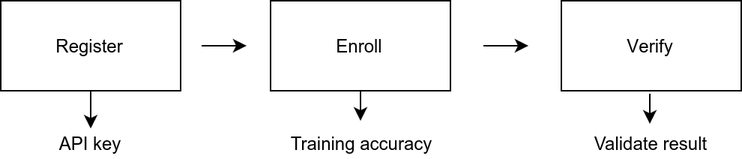
thavryl/BiolockDemo keeps this draw.io diagram as IMG/WorkFlow.png. Above is the earlier version. Source tidied: cells renumbered, new cells last; positions are measured from the earlier drawing's top-left corner, leaving out a move shared by most shapes.
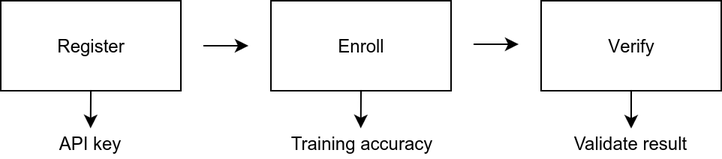
The same file after the commit.

Diff of the diagram source:
```diff
@@ -10,17 +10,16 @@
     </mxCell>
     <mxCell id="4" style="endArrow=classic;html=1;" parent="1" edge="1">
       <mxGeometry relative="1" as="geometry">
-        <mxPoint x="134" y="30" as="sourcePoint" />
-        <mxPoint x="164" y="30" as="targetPoint" />
+        <mxPoint x="135" y="30" as="sourcePoint" />
+        <mxPoint x="165" y="30" as="targetPoint" />
       </mxGeometry>
     </mxCell>
     <mxCell id="5" value="V&lt;span&gt;erify&lt;/span&gt;" style="whiteSpace=wrap;html=1;" parent="1" vertex="1">
-      <mxGeometry x="374" width="120" height="60" as="geometry" />
+      <mxGeometry x="360" width="120" height="60" as="geometry" />
     </mxCell>
-    <mxCell id="6" style="endArrow=classic;html=1;" parent="1" edge="1">
+    <mxCell id="6" style="endArrow=classic;html=1;entryX=0.5;entryY=0;" parent="1" edge="1" target="7">
       <mxGeometry relative="1" as="geometry">
         <mxPoint x="240" y="60" as="sourcePoint" />
-        <mxPoint x="240" y="80" as="targetPoint" />
       </mxGeometry>
     </mxCell>
     <mxCell id="7" value="Training accuracy" style="text;html=1;strokeColor=none;fillColor=none;align=center;verticalAlign=middle;whiteSpace=wrap;" parent="1" vertex="1">
@@ -35,19 +34,19 @@
       <mxGeometry x="35" y="85" width="50" height="20" as="geometry" />
     </mxCell>
     <mxCell id="10" value="Validate result" style="text;html=1;strokeColor=none;fillColor=none;align=center;verticalAlign=middle;whiteSpace=wrap;" parent="1" vertex="1">
-      <mxGeometry x="384" y="85" width="100" height="20" as="geometry" />
+      <mxGeometry x="370" y="85" width="100" height="20" as="geometry" />
     </mxCell>
     <mxCell id="11" style="endArrow=classic;html=1;" parent="1" edge="1">
-      <mxGeometry x="362" y="300" as="geometry">
-        <mxPoint x="322" y="30" as="sourcePoint" />
-        <mxPoint x="352" y="30" as="targetPoint" />
+      <mxGeometry x="355" y="299" as="geometry">
+        <mxPoint x="315" y="29" as="sourcePoint" />
+        <mxPoint x="345" y="29" as="targetPoint" />
       </mxGeometry>
     </mxCell>
-    <mxCell id="12" style="endArrow=classic;html=1;" parent="1" edge="1">
-      <mxGeometry x="473" y="332" as="geometry">
-        <mxPoint x="433" y="62" as="sourcePoint" />
-        <mxPoint x="433" y="82" as="targetPoint" />
-      </mxGeometry>
-    </mxCell>
+    <mxCell id="13" style="endArrow=classic;html=1;entryX=0.5;entryY=0;" parent="1" edge="1">
+      <mxGeometry x="460" y="330" as="geometry">
+        <mxPoint x="420" y="60" as="sourcePoint" />
+        <mxPoint x="420" y="85.2" as="targetPoint" />
+      </mxGeometry>
+    </mxCell>
   </root>
 </mxGraphModel>
```
